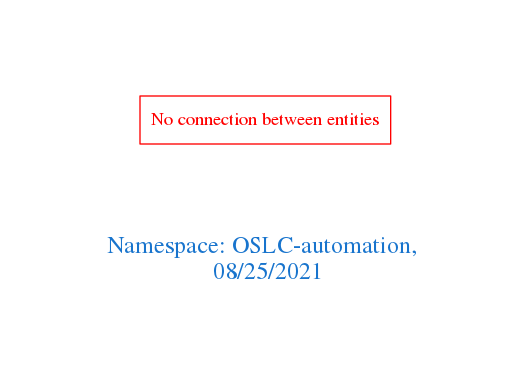
Above: downloads/OSLC-automation.png in arago/OGIT (Graphviz), before the change. Its source is kept beside it as downloads/OSLC-automation.dot.
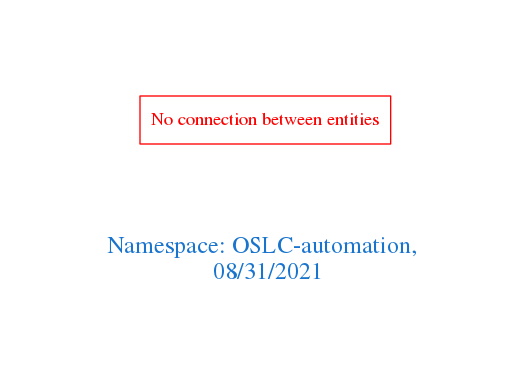
The same diagram one commit later.

Diff of the diagram source:
```diff
@@ -1,7 +1,7 @@
 digraph OGIT_ontology {
  graph [ rankdir= LR,pad=1
 fontsize = 18,
-fontcolor= dodgerblue3,label = "\n\n\nNamespace: OSLC-automation, \n 08/25/2021"];
+fontcolor= dodgerblue3,label = "\n\n\nNamespace: OSLC-automation, \n 08/31/2021"];
 node[shape=polygon];
 edge [  color="gray81"];
 
```
